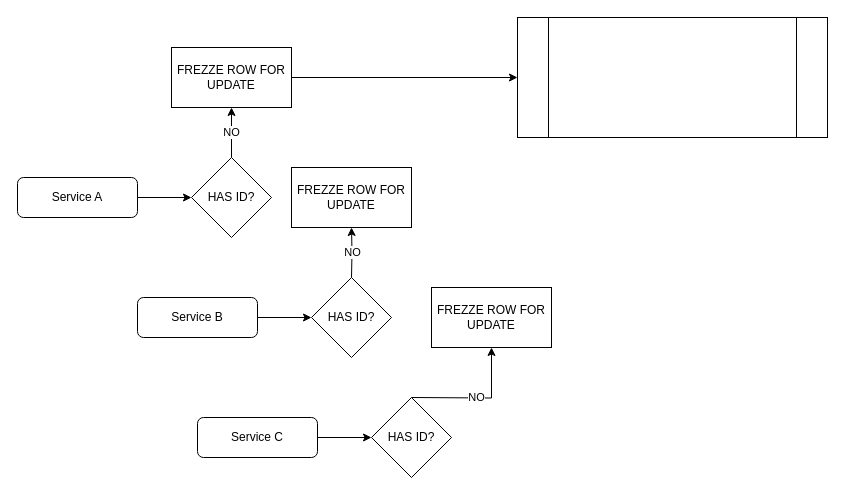
fllantada/casinoFront keeps this draw.io diagram as Diagrama sin título.drawio. Above is the earlier version. Source tidied: cells renumbered, new cells numbered last; positions are measured from the earlier drawing's top-left corner, leaving out a move shared by most shapes. Both pictures are drawn from the tidied source at 100%, with x=0, y=0 at pixel (17, 17).
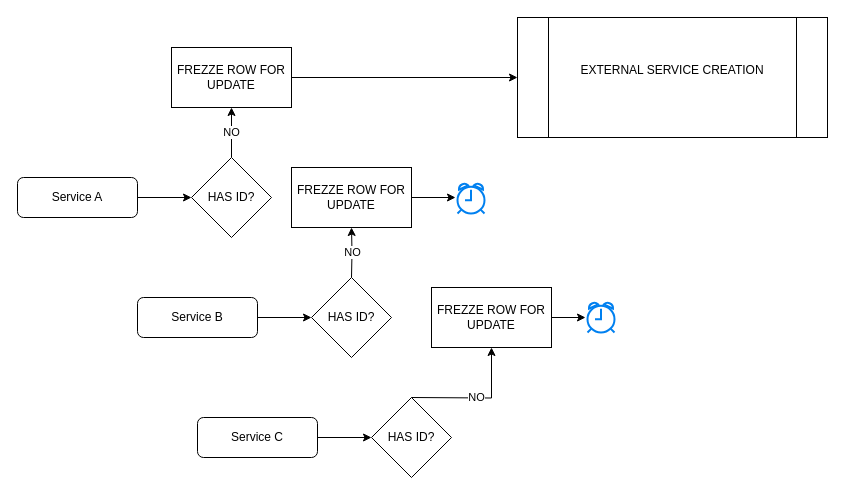
The same diagram, later.

The change refers to these unchanged cells:
```xml
<mxCell id="16" value="FREZZE ROW FOR UPDATE" style="rounded=0;whiteSpace=wrap;html=1;" parent="1" vertex="1">
  <mxGeometry x="274" y="150" width="120" height="60" as="geometry" />
</mxCell>
<mxCell id="18" value="FREZZE ROW FOR UPDATE" style="rounded=0;whiteSpace=wrap;html=1;" parent="1" vertex="1">
  <mxGeometry x="414" y="270" width="120" height="60" as="geometry" />
</mxCell>
```

Diff of the diagram source:
```diff
@@
-    <mxCell id="12" style="shape=process;whiteSpace=wrap;html=1;backgroundOutline=1;" parent="1" vertex="1">
+    <mxCell id="12" value="EXTERNAL SERVICE CREATION&lt;div&gt;&lt;br&gt;&lt;/div&gt;" style="shape=process;whiteSpace=wrap;html=1;backgroundOutline=1;" parent="1" vertex="1">
       <mxGeometry x="500" width="310" height="120" as="geometry" />
     </mxCell>
@@
+    <mxCell id="19" style="html=1;verticalLabelPosition=bottom;align=center;labelBackgroundColor=#ffffff;verticalAlign=top;strokeWidth=2;strokeColor=#0080F0;shadow=0;dashed=0;shape=mxgraph.ios7.icons.alarm_clock;" parent="1" vertex="1">
+      <mxGeometry x="440" y="166" width="27" height="30" as="geometry" />
+    </mxCell>
+    <mxCell id="20" style="html=1;verticalLabelPosition=bottom;align=center;labelBackgroundColor=#ffffff;verticalAlign=top;strokeWidth=2;strokeColor=#0080F0;shadow=0;dashed=0;shape=mxgraph.ios7.icons.alarm_clock;" parent="1" vertex="1">
+      <mxGeometry x="570" y="285" width="27" height="30" as="geometry" />
+    </mxCell>
+    <mxCell id="21" style="edgeStyle=orthogonalEdgeStyle;rounded=0;jettySize=auto;html=1;entryX=-0.074;entryY=0.467;entryDx=0;entryDy=0;entryPerimeter=0;" parent="1" edge="1" source="16" target="19">
+      <mxGeometry relative="1" as="geometry" />
+    </mxCell>
+    <mxCell id="22" style="edgeStyle=orthogonalEdgeStyle;rounded=0;jettySize=auto;html=1;entryX=-0.074;entryY=0.5;entryDx=0;entryDy=0;entryPerimeter=0;" parent="1" edge="1" source="18" target="20">
+      <mxGeometry relative="1" as="geometry" />
+    </mxCell>
```
